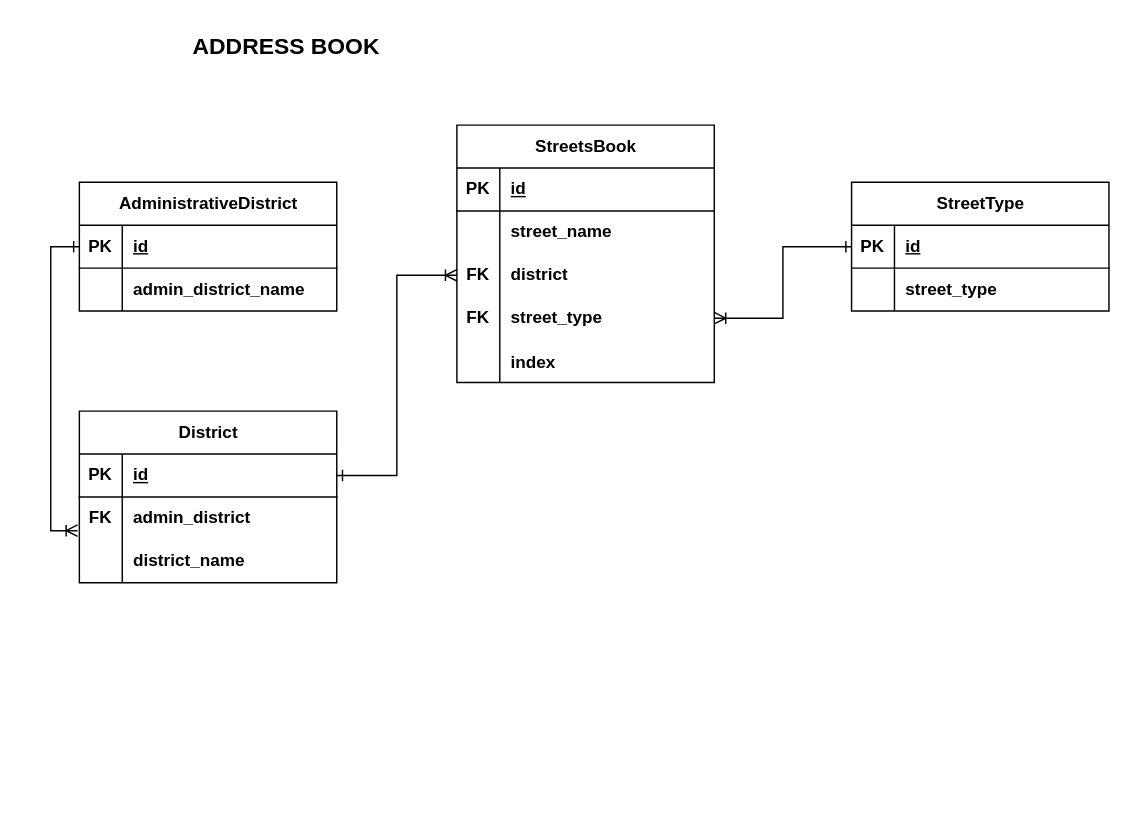
Above: ER/moscow_streets.drawio in OlgaTora/Recommendation_project (draw.io), before the change. Source tidied: cells renumbered, new cells numbered last; positions are measured from the earlier drawing's top-left corner, leaving out a move shared by most shapes. Both pictures are drawn from the tidied source at 143%, with x=0, y=0 at pixel (50, 24).
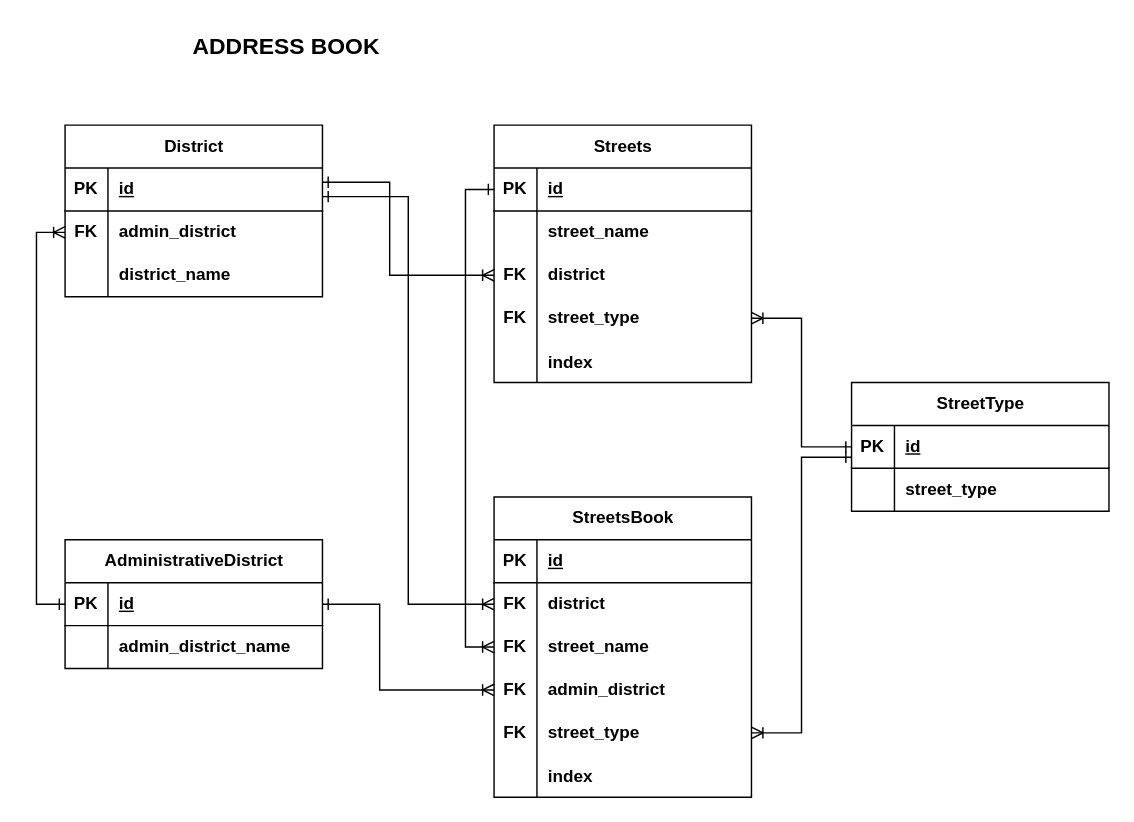
The same page after the edit.

Unchanged cells that the change refers to:
```xml
<mxCell id="3" style="shape=tableRow;horizontal=0;startSize=0;swimlaneHead=0;swimlaneBody=0;fillColor=none;points=[[0,0.5],[1,0.5]];portConstraint=eastwest;top=0;left=0;right=0;bottom=1;fontFamily=Helvetica;" parent="2" vertex="1">
  <mxGeometry y="30" width="180" height="30" as="geometry" />
</mxCell>
<mxCell id="6" style="shape=tableRow;horizontal=0;startSize=0;swimlaneHead=0;swimlaneBody=0;fillColor=none;points=[[0,0.5],[1,0.5]];portConstraint=eastwest;top=0;left=0;right=0;bottom=0;fontFamily=Helvetica;" parent="2" vertex="1">
  <mxGeometry y="60" width="180" height="30" as="geometry" />
</mxCell>
<mxCell id="13" style="shape=tableRow;horizontal=0;startSize=0;swimlaneHead=0;swimlaneBody=0;fillColor=none;points=[[0,0.5],[1,0.5]];portConstraint=eastwest;top=0;left=0;right=0;bottom=1;fontFamily=Helvetica;" parent="12" vertex="1">
  <mxGeometry y="30" width="180" height="30" as="geometry" />
</mxCell>
<mxCell id="20" style="shape=tableRow;horizontal=0;startSize=0;swimlaneHead=0;swimlaneBody=0;fillColor=none;points=[[0,0.5],[1,0.5]];portConstraint=eastwest;top=0;left=0;right=0;bottom=1;fontFamily=Helvetica;" parent="19" vertex="1">
  <mxGeometry y="30" width="180" height="30" as="geometry" />
</mxCell>
<mxCell id="30" style="shape=tableRow;horizontal=0;startSize=0;swimlaneHead=0;swimlaneBody=0;fillColor=none;points=[[0,0.5],[1,0.5]];portConstraint=eastwest;top=0;left=0;right=0;bottom=1;fontFamily=Helvetica;" parent="29" vertex="1">
  <mxGeometry y="30" width="180" height="30" as="geometry" />
</mxCell>
<mxCell id="36" style="shape=tableRow;horizontal=0;startSize=0;swimlaneHead=0;swimlaneBody=0;fillColor=none;points=[[0,0.5],[1,0.5]];portConstraint=eastwest;top=0;left=0;right=0;bottom=0;fontFamily=Helvetica;" parent="29" vertex="1">
  <mxGeometry y="90" width="180" height="30" as="geometry" />
</mxCell>
```

Change to the diagram source:
```diff
@@
     <mxCell id="2" value="&lt;div style=&quot;border-color: var(--border-color);&quot;&gt;District&lt;/div&gt;" style="shape=table;startSize=30;childLayout=tableLayout;rowLines=0;fontStyle=1;align=center;html=1;fontFamily=Helvetica;" parent="1" vertex="1">
-      <mxGeometry x="20" y="270" width="180" height="120" as="geometry" />
+      <mxGeometry x="10" y="70" width="180" height="120" as="geometry" />
     </mxCell>
@@
     <mxCell id="12" value="&lt;div style=&quot;border-color: var(--border-color);&quot;&gt;AdministrativeDistrict&lt;/div&gt;" style="shape=table;startSize=30;childLayout=tableLayout;rowLines=0;fontStyle=1;align=center;html=1;fontFamily=Helvetica;" parent="1" vertex="1">
-      <mxGeometry x="20" y="110" width="180" height="90" as="geometry" />
+      <mxGeometry x="10" y="360" width="180" height="90" as="geometry" />
     </mxCell>
@@
     <mxCell id="19" value="&lt;div style=&quot;border-color: var(--border-color);&quot;&gt;StreetType&lt;br&gt;&lt;/div&gt;" style="shape=table;startSize=30;childLayout=tableLayout;rowLines=0;fontStyle=1;align=center;html=1;fontFamily=Helvetica;" parent="1" vertex="1">
-      <mxGeometry x="560" y="110" width="180" height="90" as="geometry" />
+      <mxGeometry x="560" y="250" width="180" height="90" as="geometry" />
     </mxCell>
@@
-    <mxCell id="29" value="&lt;div style=&quot;border-color: var(--border-color);&quot;&gt;StreetsBook&lt;/div&gt;" style="shape=table;startSize=30;childLayout=tableLayout;rowLines=0;fontStyle=1;align=center;html=1;fontFamily=Helvetica;" parent="1" vertex="1">
-      <mxGeometry x="284" y="70" width="180" height="180" as="geometry" />
+    <mxCell id="29" value="&lt;div style=&quot;border-color: var(--border-color);&quot;&gt;Streets&lt;/div&gt;" style="shape=table;startSize=30;childLayout=tableLayout;rowLines=0;fontStyle=1;align=center;html=1;fontFamily=Helvetica;" parent="1" vertex="1">
+      <mxGeometry x="310" y="70" width="180" height="180" as="geometry" />
     </mxCell>
@@
-    <mxCell id="46" style="edgeStyle=orthogonalEdgeStyle;rounded=0;jettySize=auto;html=1;exitX=0;exitY=0.5;exitDx=0;exitDy=0;entryX=-0.007;entryY=0.787;entryDx=0;entryDy=0;entryPerimeter=0;endArrow=ERoneToMany;endFill=0;startArrow=ERone;startFill=0;fontFamily=Helvetica;" parent="1" edge="1" source="13" target="6">
+    <mxCell id="46" style="edgeStyle=orthogonalEdgeStyle;rounded=0;jettySize=auto;html=1;exitX=0;exitY=0.5;exitDx=0;exitDy=0;endArrow=ERoneToMany;endFill=0;startArrow=ERone;startFill=0;fontFamily=Helvetica;entryX=0;entryY=0.5;entryDx=0;entryDy=0;" parent="1" edge="1" source="13" target="6">
       <mxGeometry relative="1" as="geometry">
         <Array as="points">
-          <mxPoint y="155" />
-          <mxPoint y="354" />
+          <mxPoint x="-10" y="145" />
         </Array>
       </mxGeometry>
     </mxCell>
     <mxCell id="47" style="edgeStyle=orthogonalEdgeStyle;rounded=0;jettySize=auto;html=1;entryX=0;entryY=0.5;entryDx=0;entryDy=0;startArrow=ERone;startFill=0;endArrow=ERoneToMany;endFill=0;fontFamily=Helvetica;" parent="1" edge="1" source="3" target="36">
-      <mxGeometry relative="1" as="geometry" />
+      <mxGeometry relative="1" as="geometry">
+        <Array as="points">
+          <mxPoint x="237" y="110" />
+          <mxPoint x="237" y="175" />
+        </Array>
+      </mxGeometry>
     </mxCell>
@@
+    <mxCell id="49" value="&lt;div style=&quot;border-color: var(--border-color);&quot;&gt;StreetsBook&lt;/div&gt;" style="shape=table;startSize=30;childLayout=tableLayout;rowLines=0;fontStyle=1;align=center;html=1;fontFamily=Helvetica;" parent="1" vertex="1">
+      <mxGeometry x="310" y="330" width="180" height="210" as="geometry" />
+    </mxCell>
+    <mxCell id="50" style="shape=tableRow;horizontal=0;startSize=0;swimlaneHead=0;swimlaneBody=0;fillColor=none;top=0;left=0;right=0;bottom=1;fontFamily=Helvetica;" parent="49" vertex="1">
+      <mxGeometry y="30" width="180" height="30" as="geometry" />
+    </mxCell>
+    <mxCell id="51" value="PK" style="shape=partialRectangle;fillColor=none;top=0;left=0;bottom=0;right=0;fontStyle=1;overflow=hidden;whiteSpace=wrap;html=1;fontFamily=Helvetica;" parent="50" vertex="1">
+      <mxGeometry width="30" height="30" as="geometry" />
+    </mxCell>
+    <mxCell id="52" value="id" style="shape=partialRectangle;fillColor=none;top=0;left=0;bottom=0;right=0;align=left;spacingLeft=6;fontStyle=5;overflow=hidden;whiteSpace=wrap;html=1;fontFamily=Helvetica;" parent="50" vertex="1">
+      <mxGeometry x="30" width="150" height="30" as="geometry" />
+    </mxCell>
+    <mxCell id="53" style="shape=tableRow;horizontal=0;startSize=0;swimlaneHead=0;swimlaneBody=0;fillColor=none;points=[[0,0.5],[1,0.5]];portConstraint=eastwest;top=0;left=0;right=0;bottom=0;" parent="49" vertex="1">
+      <mxGeometry y="60" width="180" height="30" as="geometry" />
+    </mxCell>
+    <mxCell id="54" value="&lt;b&gt;FK&lt;/b&gt;" style="shape=partialRectangle;fillColor=none;top=0;left=0;bottom=0;right=0;fontStyle=0;overflow=hidden;whiteSpace=wrap;html=1;" parent="53" vertex="1">
+      <mxGeometry width="30" height="30" as="geometry" />
+    </mxCell>
+    <mxCell id="55" value="&lt;b&gt;district&lt;/b&gt;" style="shape=partialRectangle;fillColor=none;top=0;left=0;bottom=0;right=0;align=left;spacingLeft=6;fontStyle=0;overflow=hidden;whiteSpace=wrap;html=1;" parent="53" vertex="1">
+      <mxGeometry x="30" width="150" height="30" as="geometry" />
+    </mxCell>
+    <mxCell id="56" style="shape=tableRow;horizontal=0;startSize=0;swimlaneHead=0;swimlaneBody=0;fillColor=none;points=[[0,0.5],[1,0.5]];portConstraint=eastwest;top=0;left=0;right=0;bottom=0;fontFamily=Helvetica;" parent="49" vertex="1">
+      <mxGeometry y="90" width="180" height="30" as="geometry" />
+    </mxCell>
+    <mxCell id="57" value="&lt;b&gt;FK&lt;/b&gt;" style="shape=partialRectangle;fillColor=none;top=0;left=0;bottom=0;right=0;overflow=hidden;whiteSpace=wrap;html=1;fontFamily=Helvetica;" parent="56" vertex="1">
+      <mxGeometry width="30" height="30" as="geometry" />
+    </mxCell>
+    <mxCell id="58" value="&lt;div style=&quot;border-color: var(--border-color); font-weight: 700;&quot;&gt;street_name&lt;/div&gt;" style="shape=partialRectangle;fillColor=none;top=0;left=0;bottom=0;right=0;align=left;spacingLeft=6;overflow=hidden;whiteSpace=wrap;html=1;fontFamily=Helvetica;" parent="56" vertex="1">
+      <mxGeometry x="30" width="150" height="30" as="geometry" />
+    </mxCell>
+    <mxCell id="59" style="shape=tableRow;horizontal=0;startSize=0;swimlaneHead=0;swimlaneBody=0;fillColor=none;points=[[0,0.5],[1,0.5]];portConstraint=eastwest;top=0;left=0;right=0;bottom=0;fontFamily=Helvetica;" parent="49" vertex="1">
+      <mxGeometry y="120" width="180" height="30" as="geometry" />
+    </mxCell>
+    <mxCell id="60" value="&lt;b&gt;FK&lt;/b&gt;" style="shape=partialRectangle;fillColor=none;top=0;left=0;bottom=0;right=0;overflow=hidden;whiteSpace=wrap;html=1;fontFamily=Helvetica;" parent="59" vertex="1">
+      <mxGeometry width="30" height="30" as="geometry" />
+    </mxCell>
+    <mxCell id="61" value="&lt;div style=&quot;border-color: var(--border-color); font-weight: 700;&quot;&gt;admin_district&lt;/div&gt;" style="shape=partialRectangle;fillColor=none;top=0;left=0;bottom=0;right=0;align=left;spacingLeft=6;overflow=hidden;whiteSpace=wrap;html=1;fontFamily=Helvetica;" parent="59" vertex="1">
+      <mxGeometry x="30" width="150" height="30" as="geometry" />
+    </mxCell>
+    <mxCell id="62" style="shape=tableRow;horizontal=0;startSize=0;swimlaneHead=0;swimlaneBody=0;fillColor=none;points=[[0,0.5],[1,0.5]];portConstraint=eastwest;top=0;left=0;right=0;bottom=0;fontFamily=Helvetica;" parent="49" vertex="1">
+      <mxGeometry y="150" width="180" height="30" as="geometry" />
+    </mxCell>
+    <mxCell id="63" value="&lt;b&gt;FK&lt;/b&gt;" style="shape=partialRectangle;fillColor=none;top=0;left=0;bottom=0;right=0;overflow=hidden;whiteSpace=wrap;html=1;fontFamily=Helvetica;" parent="62" vertex="1">
+      <mxGeometry width="30" height="30" as="geometry" />
+    </mxCell>
+    <mxCell id="64" value="&lt;div style=&quot;border-color: var(--border-color); font-weight: 700;&quot;&gt;street_type&lt;/div&gt;" style="shape=partialRectangle;fillColor=none;top=0;left=0;bottom=0;right=0;align=left;spacingLeft=6;overflow=hidden;whiteSpace=wrap;html=1;fontFamily=Helvetica;" parent="62" vertex="1">
+      <mxGeometry x="30" width="150" height="30" as="geometry" />
+    </mxCell>
+    <mxCell id="65" style="shape=tableRow;horizontal=0;startSize=0;swimlaneHead=0;swimlaneBody=0;fillColor=none;top=0;left=0;right=0;bottom=0;fontFamily=Helvetica;" parent="49" vertex="1">
+      <mxGeometry y="180" width="180" height="30" as="geometry" />
+    </mxCell>
+    <mxCell id="66" style="shape=partialRectangle;fillColor=none;top=0;left=0;bottom=0;right=0;overflow=hidden;fontFamily=Helvetica;" parent="65" vertex="1">
+      <mxGeometry width="30" height="30" as="geometry" />
+    </mxCell>
+    <mxCell id="67" value="index" style="shape=partialRectangle;fillColor=none;top=0;left=0;bottom=0;right=0;align=left;spacingLeft=6;overflow=hidden;fontStyle=1;fontFamily=Helvetica;" parent="65" vertex="1">
+      <mxGeometry x="30" width="150" height="30" as="geometry" />
+    </mxCell>
+    <mxCell id="68" style="edgeStyle=orthogonalEdgeStyle;rounded=0;jettySize=auto;html=1;entryX=1;entryY=0.5;entryDx=0;entryDy=0;startArrow=ERone;startFill=0;endArrow=ERoneToMany;endFill=0;exitX=0;exitY=0.74;exitDx=0;exitDy=0;exitPerimeter=0;" parent="1" edge="1" source="20" target="62">
+      <mxGeometry relative="1" as="geometry" />
+    </mxCell>
+    <mxCell id="69" style="edgeStyle=orthogonalEdgeStyle;rounded=0;jettySize=auto;html=1;exitX=0;exitY=0.5;exitDx=0;exitDy=0;entryX=0;entryY=0.5;entryDx=0;entryDy=0;startArrow=ERone;startFill=0;endArrow=ERoneToMany;endFill=0;" parent="1" edge="1" source="30" target="56">
+      <mxGeometry relative="1" as="geometry" />
+    </mxCell>
+    <mxCell id="70" style="edgeStyle=orthogonalEdgeStyle;rounded=0;jettySize=auto;html=1;entryX=0;entryY=0.5;entryDx=0;entryDy=0;startArrow=ERone;startFill=0;endArrow=ERoneToMany;endFill=0;" parent="1" edge="1" source="3" target="53">
+      <mxGeometry relative="1" as="geometry">
+        <Array as="points">
+          <mxPoint x="250" y="120" />
+          <mxPoint x="250" y="405" />
+        </Array>
+      </mxGeometry>
+    </mxCell>
+    <mxCell id="71" style="edgeStyle=orthogonalEdgeStyle;rounded=0;jettySize=auto;html=1;exitX=1;exitY=0.5;exitDx=0;exitDy=0;entryX=0;entryY=0.5;entryDx=0;entryDy=0;startArrow=ERone;startFill=0;endArrow=ERoneToMany;endFill=0;" parent="1" edge="1" source="13" target="59">
+      <mxGeometry relative="1" as="geometry">
+        <Array as="points">
+          <mxPoint x="230" y="405" />
+          <mxPoint x="230" y="465" />
+        </Array>
+      </mxGeometry>
+    </mxCell>
```
